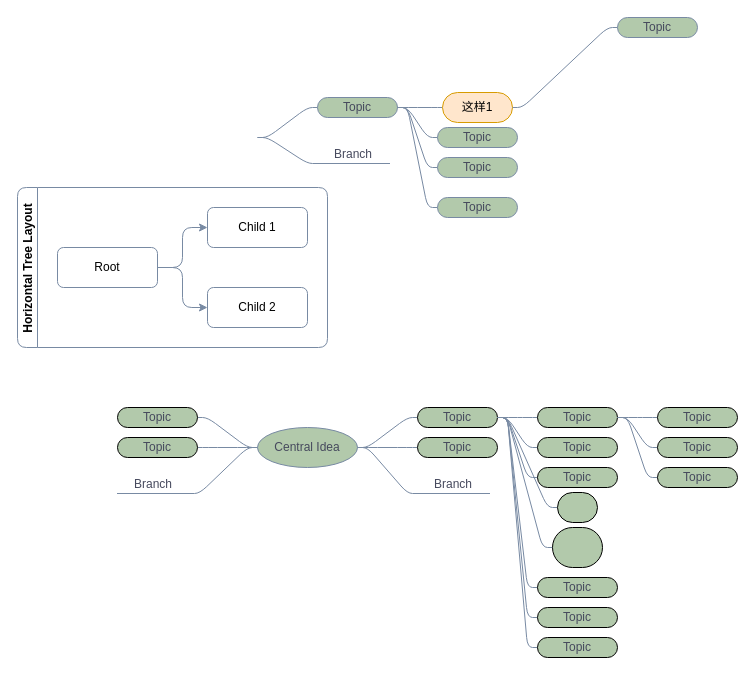
The draw.io diagram page "第 2 页" (2 of 3) of Untitled Diagram.drawio in gaoyangzhou/draw.io, before the edit. Source tidied: cells renumbered, new cells numbered last; positions are measured from the earlier drawing's top-left corner, leaving out a move shared by most shapes. Both pictures are drawn from the tidied source at 100%, with x=0, y=0 at pixel (17, 17). Pictures stored in the file or linked from it are replaced by grey dashed boxes.
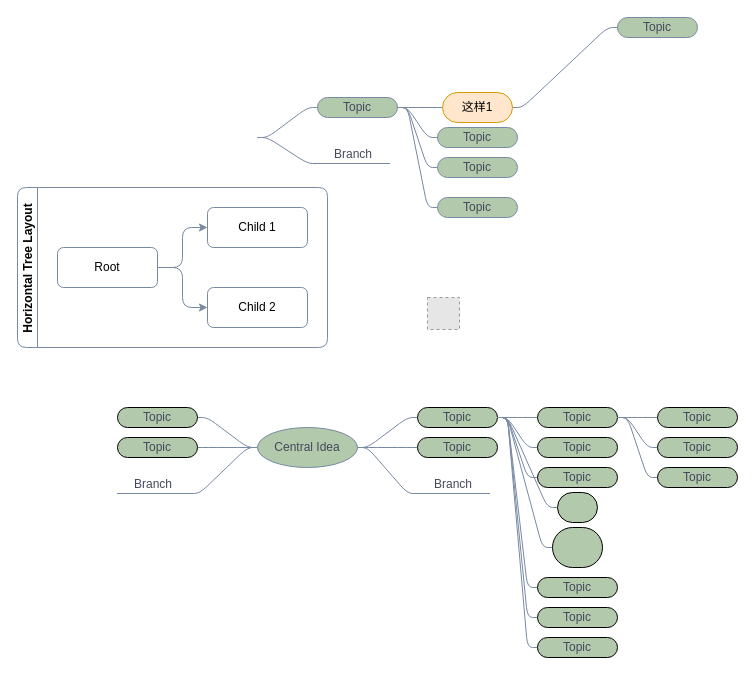
Above is the later version.

Diff of the diagram source:
```diff
@@
+    <mxCell id="58" style="fillColor=#E6E6E6;strokeColor=#999999;dashed=1;verticalLabelPosition=bottom;verticalAlign=top;" parent="1" vertex="1">
+      <mxGeometry x="410" y="280" width="32" height="32" as="geometry" />
+    </mxCell>
```
